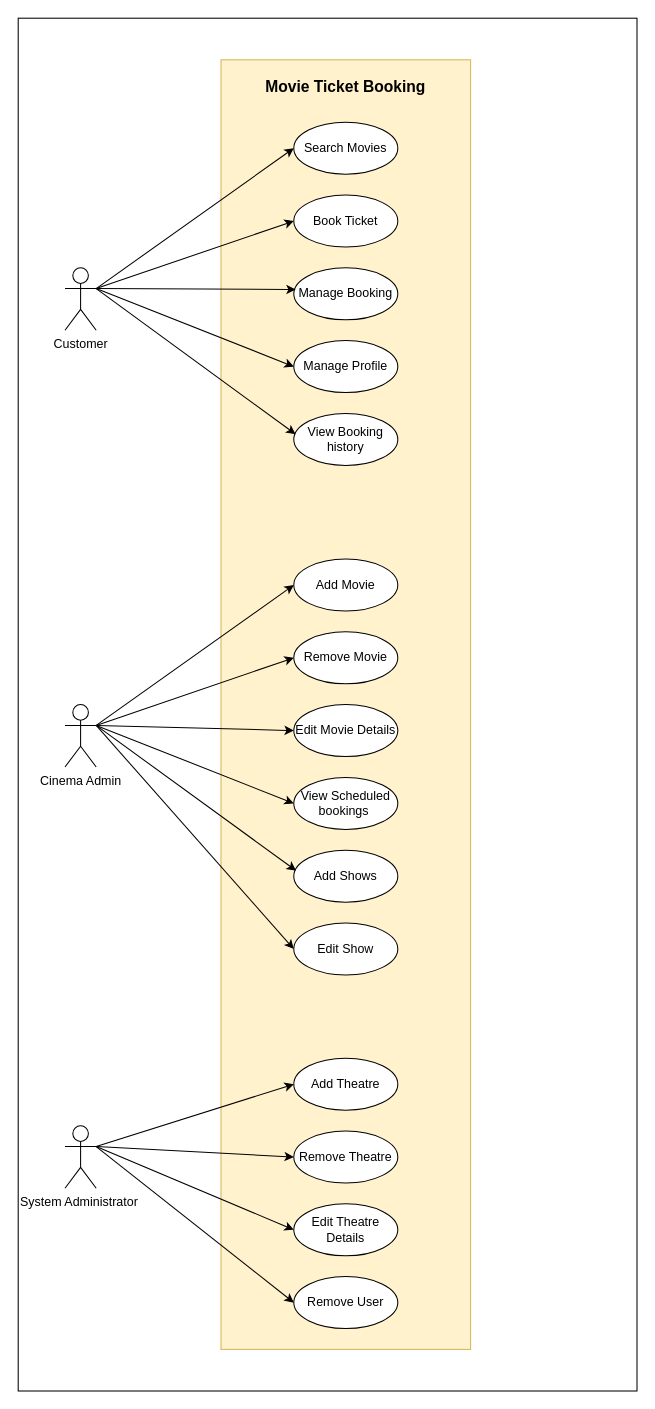
Earlier version of the draw.io diagram page "Page-1" (1 of 2) of usecase diagram.drawio (abhihksd/MovieBookingWebsite). Source tidied: cells renumbered, new cells numbered last; positions are measured from the earlier drawing's top-left corner, leaving out a move shared by most shapes. Both pictures are drawn from the tidied source at 104%, with x=0, y=0 at pixel (18, 18).
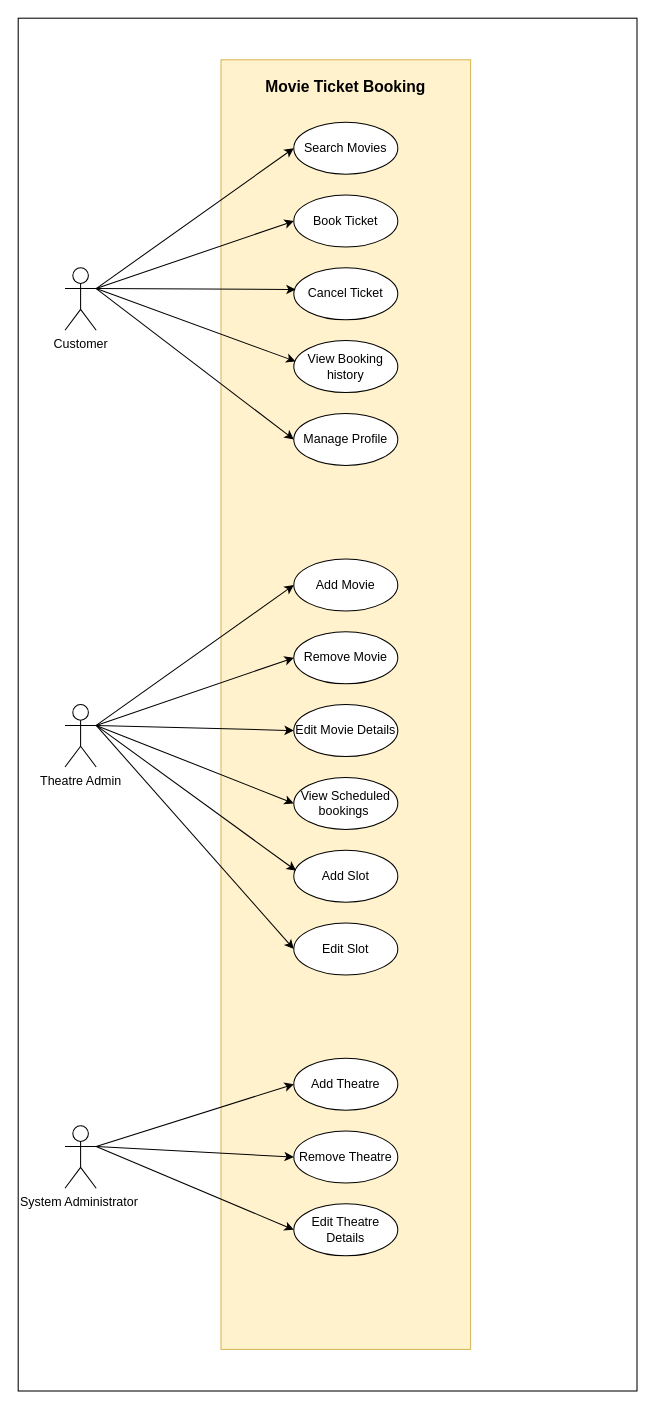
The same diagram, later.

Unchanged cells that the change refers to:
```xml
<mxCell id="29" value="System Administrator&amp;nbsp;" style="shape=umlActor;verticalLabelPosition=bottom;verticalAlign=top;html=1;outlineConnect=0;" parent="1" vertex="1">
  <mxGeometry x="45" y="1065" width="30" height="60" as="geometry" />
</mxCell>
```

What changed in the source:
```diff
@@
-    <mxCell id="8" value="Manage Booking" style="ellipse;whiteSpace=wrap;html=1;" parent="1" vertex="1">
+    <mxCell id="8" value="Cancel Ticket" style="ellipse;whiteSpace=wrap;html=1;" parent="1" vertex="1">
       <mxGeometry x="265" y="240" width="100" height="50" as="geometry" />
     </mxCell>
@@
     <mxCell id="12" value="Manage Profile" style="ellipse;whiteSpace=wrap;html=1;" parent="1" vertex="1">
-      <mxGeometry x="265" y="310" width="100" height="50" as="geometry" />
+      <mxGeometry x="265" y="380" width="100" height="50" as="geometry" />
     </mxCell>
     <mxCell id="13" value="View Booking history" style="ellipse;whiteSpace=wrap;html=1;" parent="1" vertex="1">
-      <mxGeometry x="265" y="380" width="100" height="50" as="geometry" />
+      <mxGeometry x="265" y="310" width="100" height="50" as="geometry" />
     </mxCell>
@@
-    <mxCell id="16" value="Cinema Admin" style="shape=umlActor;verticalLabelPosition=bottom;verticalAlign=top;html=1;outlineConnect=0;" parent="1" vertex="1">
+    <mxCell id="16" value="Theatre Admin" style="shape=umlActor;verticalLabelPosition=bottom;verticalAlign=top;html=1;outlineConnect=0;" parent="1" vertex="1">
       <mxGeometry x="45" y="660" width="30" height="60" as="geometry" />
     </mxCell>
@@
-    <mxCell id="25" value="Add Shows" style="ellipse;whiteSpace=wrap;html=1;" parent="1" vertex="1">
+    <mxCell id="25" value="Add Slot" style="ellipse;whiteSpace=wrap;html=1;" parent="1" vertex="1">
       <mxGeometry x="265" y="800" width="100" height="50" as="geometry" />
     </mxCell>
-    <mxCell id="26" value="Edit Show" style="ellipse;whiteSpace=wrap;html=1;" parent="1" vertex="1">
+    <mxCell id="26" value="Edit Slot" style="ellipse;whiteSpace=wrap;html=1;" parent="1" vertex="1">
       <mxGeometry x="265" y="870" width="100" height="50" as="geometry" />
     </mxCell>
@@
-    <mxCell id="32" value="Remove User" style="ellipse;whiteSpace=wrap;html=1;" parent="1" vertex="1">
-      <mxGeometry x="265" y="1210" width="100" height="50" as="geometry" />
-    </mxCell>
@@
-    <mxCell id="37" style="endArrow=classic;html=1;rounded=0;entryX=0;entryY=0.5;entryDx=0;entryDy=0;exitX=1;exitY=0.3333333333333333;exitDx=0;exitDy=0;exitPerimeter=0;" parent="1" edge="1" source="29" target="32">
-      <mxGeometry relative="1" as="geometry" />
-    </mxCell>
```
